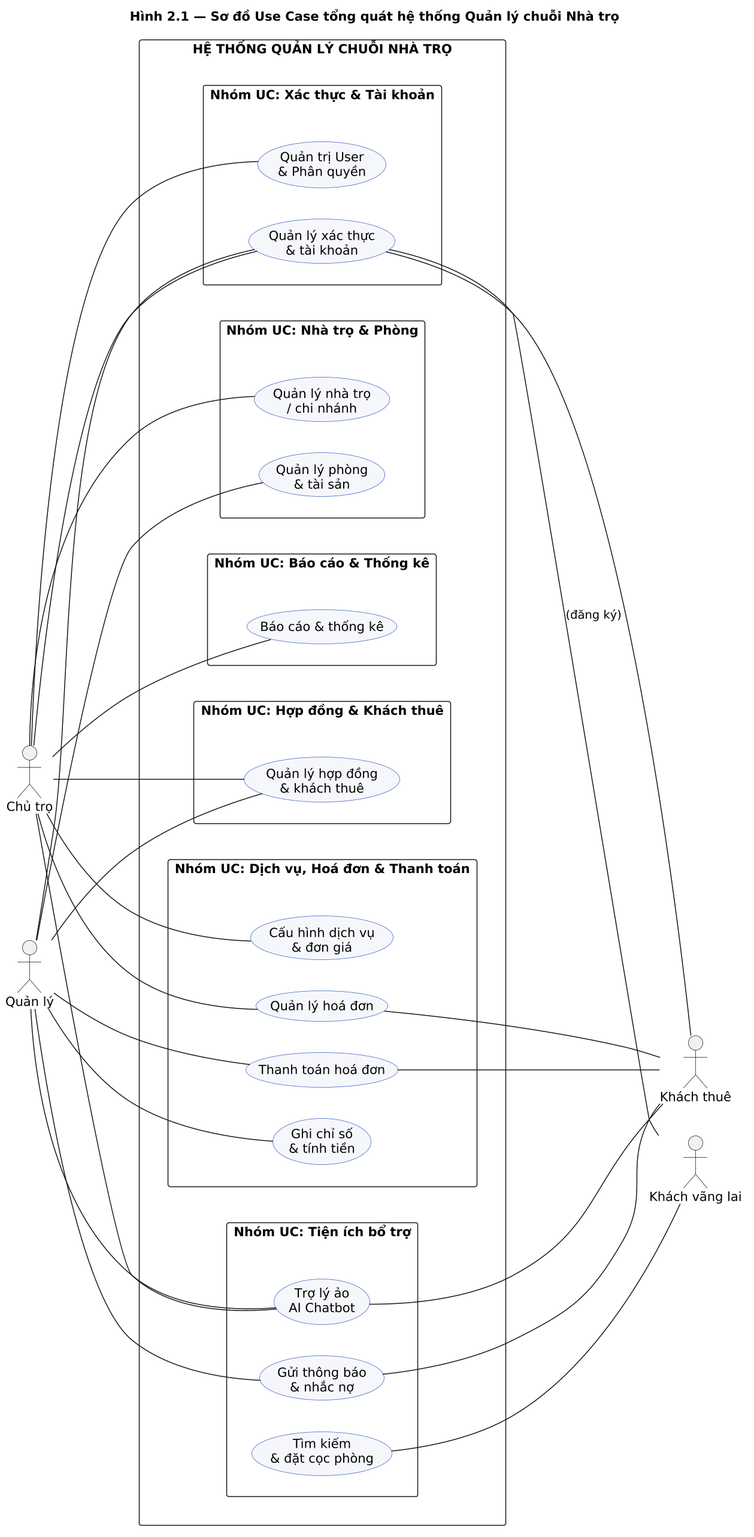
DiepTuHuy/Hostel_Management keeps this PlantUML diagram as docs/diagrams/png/2.01_uc_overall.png. Above is the earlier version.
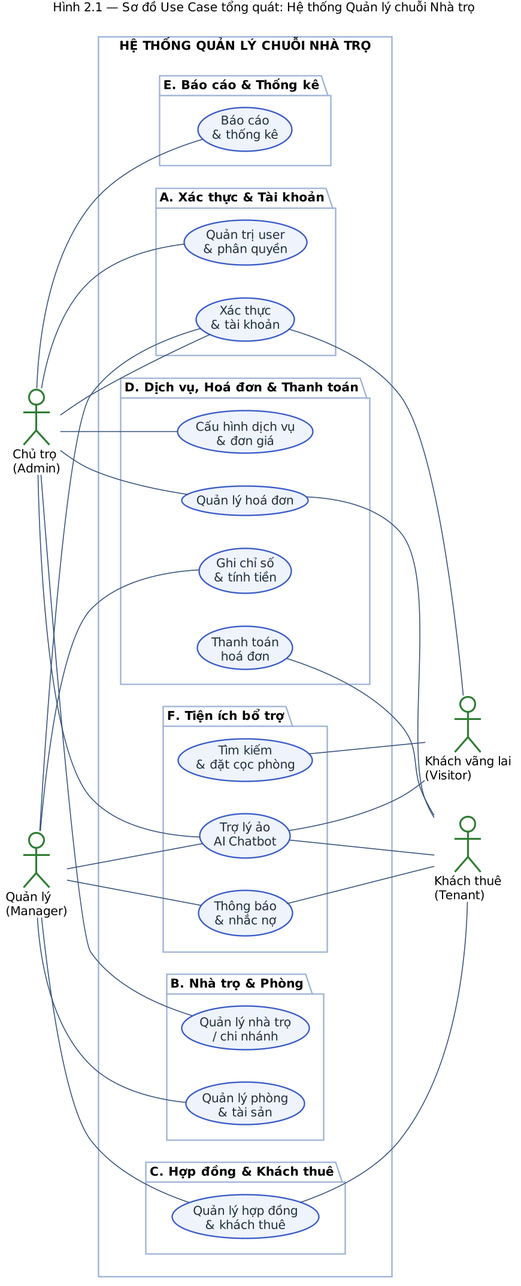
Later version of the same file.

Diff of the diagram source:
```diff
@@ -1,87 +1,82 @@
-@startuml
-scale 1.5
-title Hình 2.1 — Sơ đồ Use Case tổng quát hệ thống Quản lý chuỗi Nhà trọ
+@startuml UC_Overall
+title Hình 2.1 — Sơ đồ Use Case tổng quát: Hệ thống Quản lý chuỗi Nhà trọ
 
+skinparam dpi 150
+skinparam shadowing false
+skinparam defaultFontName "Segoe UI"
+skinparam defaultFontSize 13
+skinparam packageStyle rectangle
+skinparam ArrowColor #34507A
+skinparam packageBackgroundColor #FFFFFF
+skinparam packageBorderColor #9DB2D6
+skinparam usecase {
+  BackgroundColor #EEF3FC
+  BorderColor #3A5BC7
+  FontColor #1F2D3D
+}
+skinparam actor {
+  BackgroundColor #FFFFFF
+  BorderColor #2E7D32
+}
 left to right direction
-scale 1.5
-skinparam packageStyle rectangle
-skinparam shadowing false
-skinparam usecase {
-  BackgroundColor #F5F7FB
-  BorderColor #3A5BC7
-}
 
-actor "Chủ trọ"        as Owner
-actor "Quản lý"        as Manager
-actor "Khách thuê"     as Tenant
-actor "Khách vãng lai" as Visitor
-
-Owner -[hidden]right-> Manager
-Tenant -[hidden]right-> Visitor
+actor "Chủ trọ\n(Admin)"        as Owner
+actor "Quản lý\n(Manager)"      as Manager
+actor "Khách thuê\n(Tenant)"    as Tenant
+actor "Khách vãng lai\n(Visitor)" as Visitor
 
 rectangle "HỆ THỐNG QUẢN LÝ CHUỖI NHÀ TRỌ" {
 
-  package "Nhóm UC: Xác thực & Tài khoản" as pkg_A {
-    usecase "Quản lý xác thực\n& tài khoản"            as UC_Auth
-    usecase "Quản trị User\n& Phân quyền"              as UC_Sys
+  package "A. Xác thực & Tài khoản" {
+    usecase "Xác thực\n& tài khoản"        as UC_Auth
+    usecase "Quản trị user\n& phân quyền"  as UC_Sys
   }
-
-  package "Nhóm UC: Nhà trọ & Phòng" as pkg_B {
-    usecase "Quản lý nhà trọ\n/ chi nhánh"             as UC_Branch
-    usecase "Quản lý phòng\n& tài sản"                 as UC_Room
+  package "B. Nhà trọ & Phòng" {
+    usecase "Quản lý nhà trọ\n/ chi nhánh"  as UC_Branch
+    usecase "Quản lý phòng\n& tài sản"      as UC_Room
   }
-
-  package "Nhóm UC: Hợp đồng & Khách thuê" as pkg_C {
-    usecase "Quản lý hợp đồng\n& khách thuê"           as UC_Contract
+  package "C. Hợp đồng & Khách thuê" {
+    usecase "Quản lý hợp đồng\n& khách thuê" as UC_Contract
   }
-
-  package "Nhóm UC: Dịch vụ, Hoá đơn & Thanh toán" as pkg_D {
-    usecase "Cấu hình dịch vụ\n& đơn giá"              as UC_Service
-    usecase "Ghi chỉ số\n& tính tiền"                  as UC_Meter
-    usecase "Quản lý hoá đơn"                          as UC_Invoice
-    usecase "Thanh toán hoá đơn"                       as UC_Payment
+  package "D. Dịch vụ, Hoá đơn & Thanh toán" {
+    usecase "Cấu hình dịch vụ\n& đơn giá"  as UC_Service
+    usecase "Ghi chỉ số\n& tính tiền"      as UC_Meter
+    usecase "Quản lý hoá đơn"              as UC_Invoice
+    usecase "Thanh toán\nhoá đơn"          as UC_Payment
   }
-
-  package "Nhóm UC: Báo cáo & Thống kê" as pkg_E {
-    usecase "Báo cáo & thống kê"                       as UC_Report
+  package "E. Báo cáo & Thống kê" {
+    usecase "Báo cáo\n& thống kê"          as UC_Report
   }
-
-  package "Nhóm UC: Tiện ích bổ trợ" as pkg_F {
-    usecase "Gửi thông báo\n& nhắc nợ"                 as UC_Notify
-    usecase "Tìm kiếm\n& đặt cọc phòng"                as UC_Search
-    usecase "Trợ lý ảo\nAI Chatbot"                    as UC_Chat
+  package "F. Tiện ích bổ trợ" {
+    usecase "Thông báo\n& nhắc nợ"         as UC_Notify
+    usecase "Tìm kiếm\n& đặt cọc phòng"    as UC_Search
+    usecase "Trợ lý ảo\nAI Chatbot"        as UC_Chat
   }
-
-  pkg_A -[hidden]right-> pkg_B
-  pkg_B -[hidden]right-> pkg_C
-  pkg_C -[hidden]right-> pkg_D
-  pkg_D -[hidden]right-> pkg_E
-  pkg_E -[hidden]right-> pkg_F
 }
 
-Owner -- UC_Auth
-Owner -- UC_Sys
-Owner -- UC_Branch
-Owner -- UC_Contract
-Owner -- UC_Service
-Owner -- UC_Invoice
-Owner -- UC_Report
-Owner -- UC_Chat
+Owner   -- UC_Auth
+Owner   -- UC_Sys
+Owner   -- UC_Branch
+Owner   -- UC_Service
+Owner   -- UC_Invoice
+Owner   -- UC_Report
+Owner   -- UC_Chat
 
 Manager -- UC_Auth
 Manager -- UC_Room
 Manager -- UC_Contract
 Manager -- UC_Meter
-Manager -- UC_Payment
 Manager -- UC_Notify
 Manager -- UC_Chat
 
-UC_Auth -- Tenant
 UC_Invoice -- Tenant
 UC_Payment -- Tenant
-UC_Notify -- Tenant
-UC_Chat -- Tenant
+UC_Contract -- Tenant
+UC_Notify  -- Tenant
+UC_Chat    -- Tenant
 
 UC_Search -- Visitor
-UC_Auth -- Visitor : (đăng ký)
+UC_Auth   -- Visitor
+UC_Chat   -- Visitor
+
 @enduml
```
